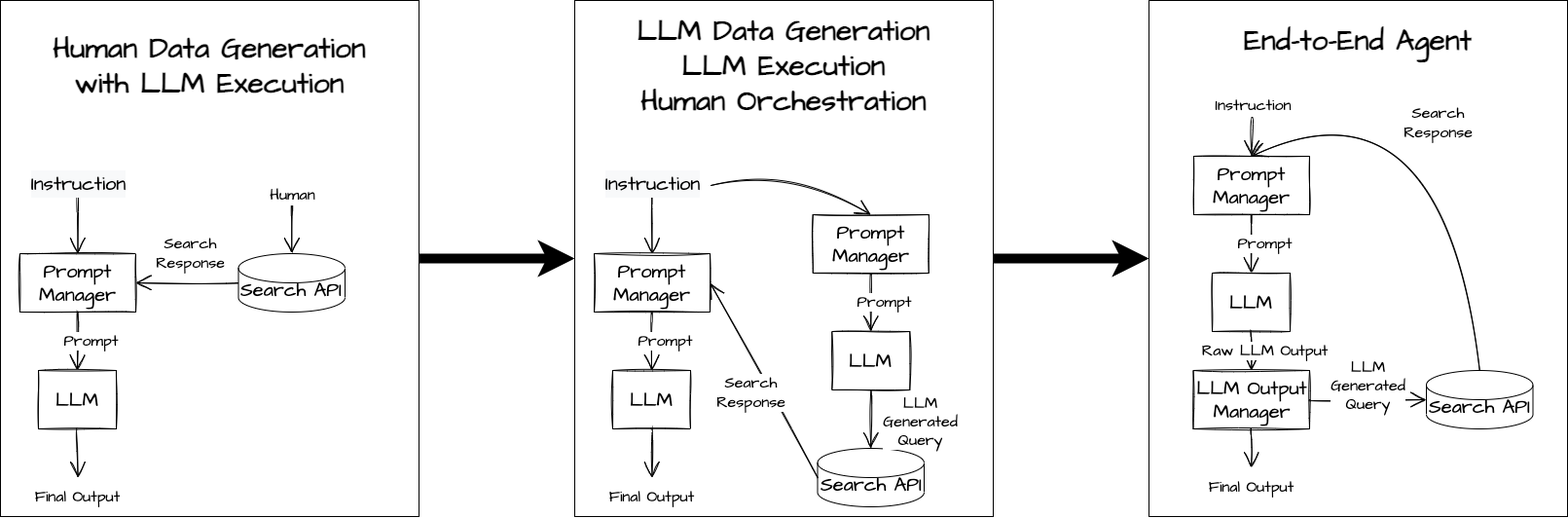
Above: img/LLMsTextSketch-Agents.drawio.png in dshieble/dshieble.github.io (draw.io), before the change. Source tidied: cells renumbered, new cells last; positions are measured from the earlier drawing's top-left corner, leaving out a move shared by most shapes.
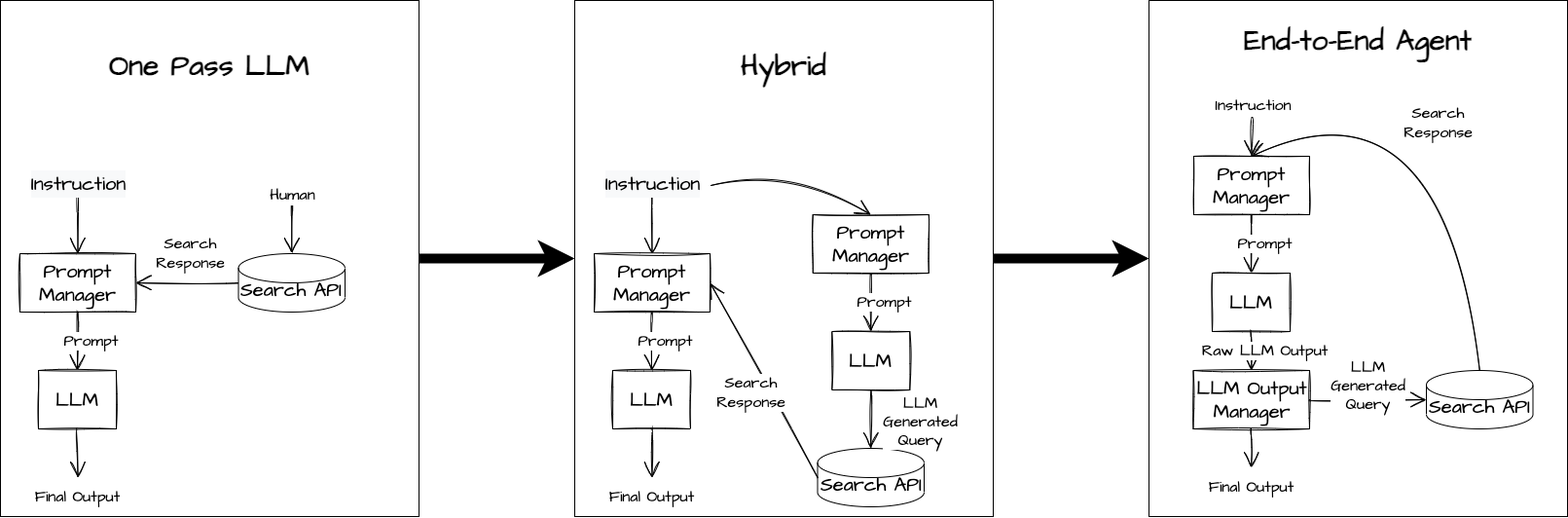
Above is the later version.

Change to the diagram source:
```diff
@@ -5,7 +5,7 @@
     <mxCell id="2" style="edgeStyle=orthogonalEdgeStyle;rounded=0;jettySize=auto;html=1;exitX=1;exitY=0.5;exitDx=0;exitDy=0;entryX=0;entryY=0.5;entryDx=0;entryDy=0;strokeWidth=10;" parent="1" edge="1" source="3" target="24">
       <mxGeometry relative="1" as="geometry" />
     </mxCell>
-    <mxCell id="3" value="&lt;b style=&quot;border-color: var(--border-color); font-family: &amp;quot;Architects Daughter&amp;quot;;&quot;&gt;&lt;font style=&quot;border-color: var(--border-color); font-size: 30px;&quot;&gt;Human Data Generation &lt;br&gt;with LLM Execution&lt;br&gt;&lt;br&gt;&lt;br&gt;&lt;br&gt;&lt;br&gt;&lt;br&gt;&lt;br&gt;&lt;br&gt;&lt;br&gt;&lt;br&gt;&lt;br&gt;&lt;br style=&quot;border-color: var(--border-color);&quot;&gt;&lt;/font&gt;&lt;/b&gt;" style="rounded=0;whiteSpace=wrap;html=1;" parent="1" vertex="1">
+    <mxCell id="3" value="&lt;b style=&quot;border-color: var(--border-color); font-family: &amp;quot;Architects Daughter&amp;quot;;&quot;&gt;&lt;font style=&quot;border-color: var(--border-color); font-size: 30px;&quot;&gt;One Pass LLM&lt;br&gt;&lt;br&gt;&lt;br&gt;&lt;br&gt;&lt;br&gt;&lt;br&gt;&lt;br&gt;&lt;br&gt;&lt;br&gt;&lt;br&gt;&lt;br&gt;&lt;br style=&quot;border-color: var(--border-color);&quot;&gt;&lt;/font&gt;&lt;/b&gt;" style="rounded=0;whiteSpace=wrap;html=1;" parent="1" vertex="1">
       <mxGeometry width="430" height="530" as="geometry" />
     </mxCell>
     <mxCell id="4" value="&lt;span style=&quot;color: rgb(0, 0, 0); font-family: &amp;quot;Architects Daughter&amp;quot;; font-style: normal; font-variant-ligatures: normal; font-variant-caps: normal; letter-spacing: normal; orphans: 2; text-align: center; text-indent: 0px; text-transform: none; widows: 2; word-spacing: 0px; -webkit-text-stroke-width: 0px; background-color: rgb(255, 255, 255); text-decoration-thickness: initial; text-decoration-style: initial; text-decoration-color: initial; float: none; display: inline !important;&quot;&gt;&lt;br&gt;&lt;b style=&quot;&quot;&gt;&lt;font style=&quot;font-size: 30px;&quot;&gt;End-to-End Agent&lt;br&gt;&lt;/font&gt;&lt;/b&gt;&lt;br&gt;&lt;br&gt;&lt;br&gt;&lt;br&gt;&lt;br&gt;&lt;br&gt;&lt;br&gt;&lt;br&gt;&lt;br&gt;&lt;br&gt;&lt;br&gt;&lt;br&gt;&lt;br&gt;&lt;br&gt;&lt;br&gt;&lt;br&gt;&lt;br&gt;&lt;br&gt;&lt;br&gt;&lt;br&gt;&lt;br&gt;&lt;br&gt;&lt;br&gt;&lt;br&gt;&lt;br&gt;&lt;br&gt;&lt;br&gt;&lt;br&gt;&lt;br&gt;&lt;br&gt;&lt;/span&gt;" style="rounded=0;whiteSpace=wrap;html=1;" parent="1" vertex="1">
@@ -91,7 +91,7 @@
     <mxCell id="23" style="edgeStyle=orthogonalEdgeStyle;rounded=0;jettySize=auto;html=1;exitX=1;exitY=0.5;exitDx=0;exitDy=0;entryX=0;entryY=0.5;entryDx=0;entryDy=0;strokeWidth=10;" parent="1" edge="1" source="24" target="4">
       <mxGeometry relative="1" as="geometry" />
     </mxCell>
-    <mxCell id="24" value="&lt;b style=&quot;border-color: var(--border-color); font-family: &amp;quot;Architects Daughter&amp;quot;;&quot;&gt;&lt;font style=&quot;border-color: var(--border-color); font-size: 30px;&quot;&gt;LLM Data Generation&lt;br&gt;&lt;b style=&quot;border-color: var(--border-color); font-size: 12px;&quot;&gt;&lt;font style=&quot;border-color: var(--border-color); font-size: 30px;&quot;&gt;LLM Execution&lt;br&gt;Human Orchestration&lt;/font&gt;&lt;/b&gt;&lt;br&gt;&lt;br&gt;&lt;br&gt;&lt;br&gt;&lt;br&gt;&lt;br&gt;&lt;br&gt;&lt;br&gt;&lt;br&gt;&lt;br&gt;&lt;br&gt;&lt;br style=&quot;border-color: var(--border-color);&quot;&gt;&lt;/font&gt;&lt;/b&gt;" style="rounded=0;whiteSpace=wrap;html=1;" parent="1" vertex="1">
+    <mxCell id="24" value="&lt;b style=&quot;border-color: var(--border-color); font-family: &amp;quot;Architects Daughter&amp;quot;;&quot;&gt;&lt;font style=&quot;border-color: var(--border-color); font-size: 30px;&quot;&gt;Hybrid&lt;br&gt;&lt;br&gt;&lt;br&gt;&lt;br&gt;&lt;br&gt;&lt;br&gt;&lt;br&gt;&lt;br&gt;&lt;br&gt;&lt;br&gt;&lt;br&gt;&lt;br style=&quot;border-color: var(--border-color);&quot;&gt;&lt;/font&gt;&lt;/b&gt;" style="rounded=0;whiteSpace=wrap;html=1;" parent="1" vertex="1">
       <mxGeometry x="590" width="430" height="530" as="geometry" />
     </mxCell>
     <mxCell id="25" value="&lt;span style=&quot;font-size: 20px; background-color: rgb(248, 249, 250);&quot;&gt;Instruction&lt;/span&gt;" style="edgeStyle=none;curved=1;rounded=0;sketch=1;hachureGap=4;jettySize=auto;html=1;fontFamily=Architects Daughter;fontSource=https%3A%2F%2Ffonts.googleapis.com%2Fcss%3Ffamily%3DArchitects%2BDaughter;fontSize=16;endArrow=open;startSize=14;endSize=14;sourcePerimeterSpacing=8;targetPerimeterSpacing=8;entryX=0.5;entryY=0;entryDx=0;entryDy=0;" parent="1" edge="1" target="28">
```
